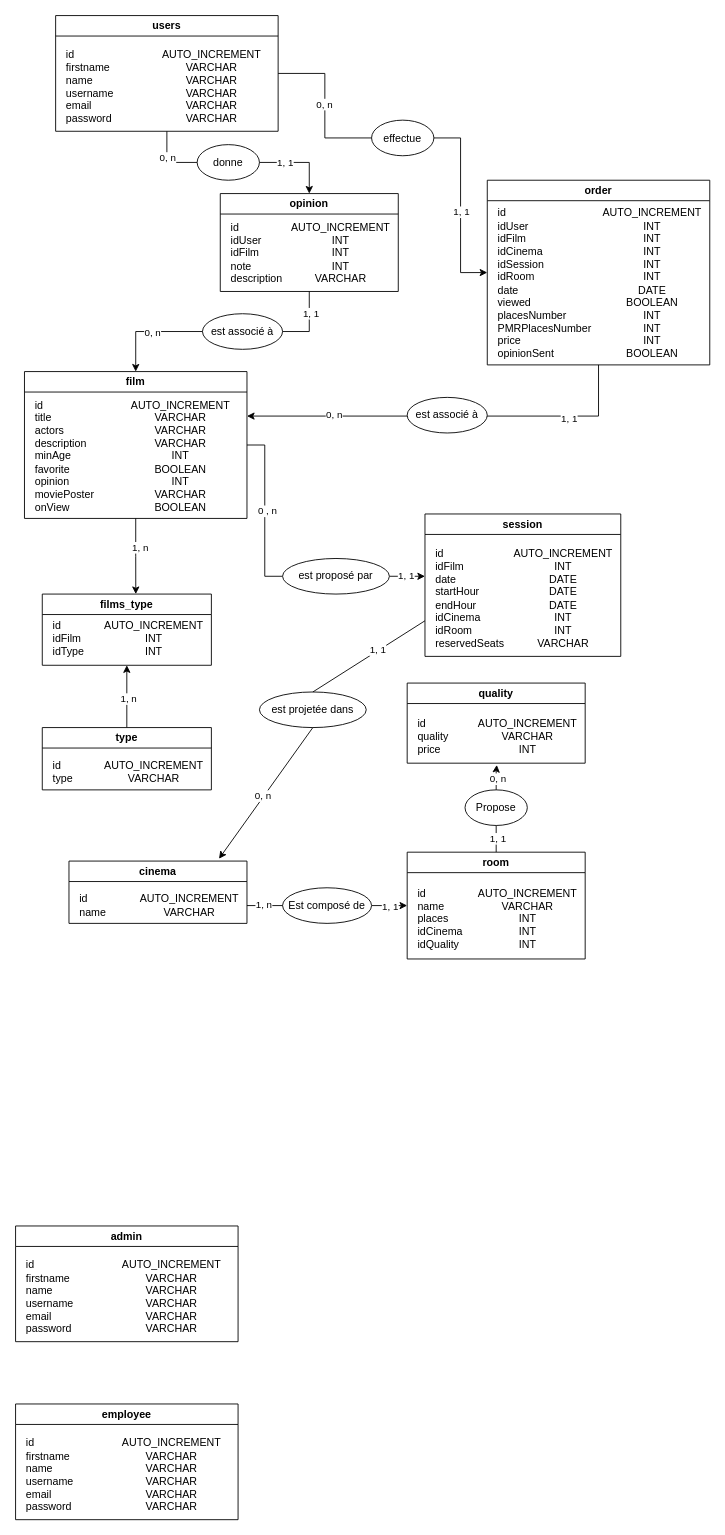
Earlier version of the draw.io diagram charts/MCD.drawio (Thifanie/cinephoria). Source tidied: cells renumbered, new cells numbered last; positions are measured from the earlier drawing's top-left corner, leaving out a move shared by most shapes. Both pictures are drawn from the tidied source at 89%, with x=0, y=0 at pixel (15, 15).
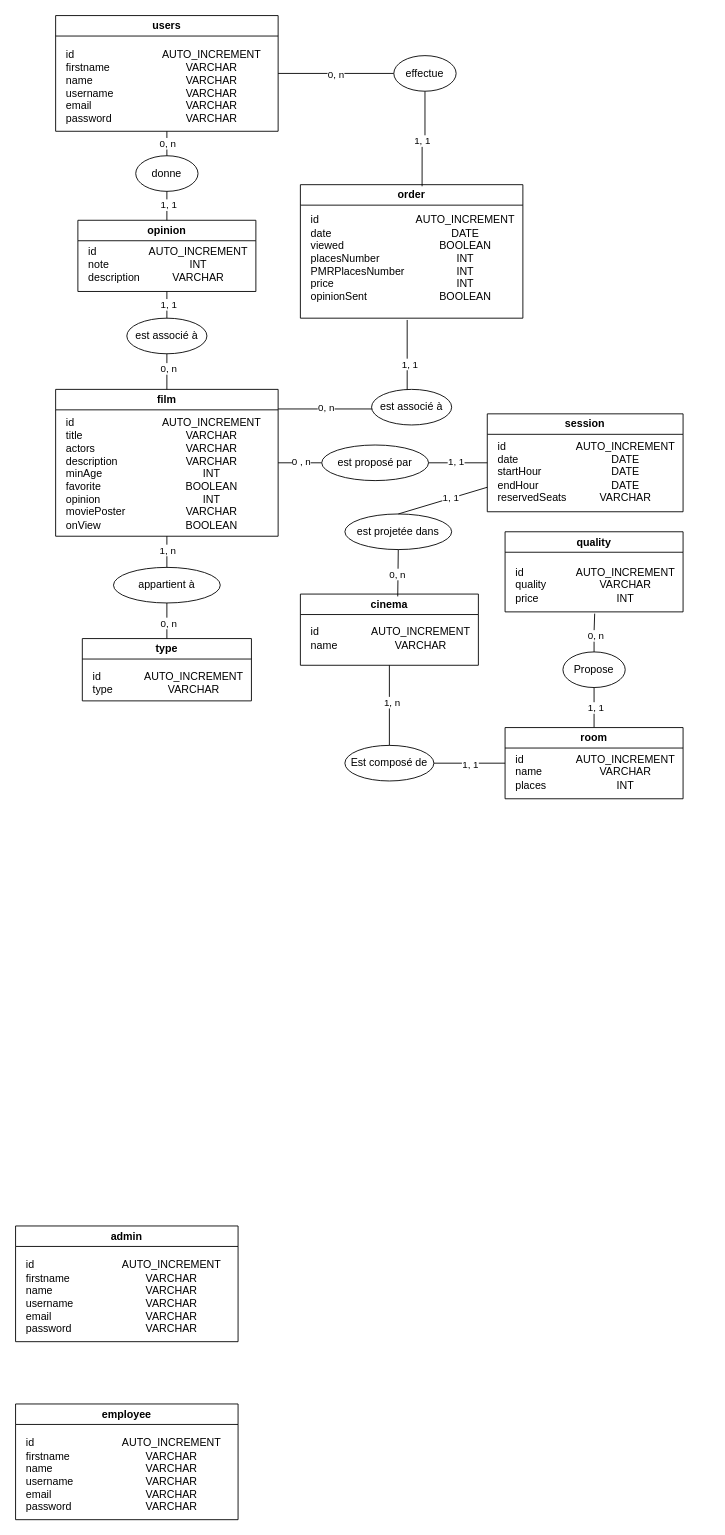
The same diagram, later.

Commit message:
Mettre à jour MCD.drawio

The change refers to these unchanged cells:
```xml
<mxCell id="19" value="AUTO_INCREMENT&lt;div&gt;VARCHAR&lt;/div&gt;&lt;div&gt;INT&lt;/div&gt;" style="text;html=1;align=center;verticalAlign=middle;points=[];strokeColor=none;fillColor=none;" parent="18" vertex="1">
  <mxGeometry x="70" y="30" width="130" height="60" as="geometry" />
</mxCell>
<mxCell id="22" value="AUTO_INCREMENT&lt;div&gt;VARCHAR&lt;/div&gt;" style="text;html=1;align=center;verticalAlign=middle;points=[];strokeColor=none;fillColor=none;" parent="21" vertex="1">
  <mxGeometry x="70" y="30" width="130" height="40" as="geometry" />
</mxCell>
<mxCell id="62" value="users" style="swimlane;whiteSpace=wrap;html=1;fillColor=#FFFFFF;gradientColor=none;swimlaneLine=1;rounded=0;shadow=0;glass=0;startSize=23;" parent="1" vertex="1">
  <mxGeometry x="45" width="250" height="130" as="geometry" />
</mxCell>
```

Change to the diagram source:
```diff
@@
     <mxCell id="4" value="film" style="swimlane;whiteSpace=wrap;html=1;fillColor=#FFFFFF;gradientColor=none;swimlaneLine=1;rounded=0;shadow=0;glass=0;startSize=23;" parent="1" vertex="1">
-      <mxGeometry x="10" y="400" width="250" height="165" as="geometry" />
+      <mxGeometry x="45" y="420" width="250" height="165" as="geometry" />
     </mxCell>
@@
     <mxCell id="7" value="session" style="swimlane;whiteSpace=wrap;html=1;fillColor=#FFFFFF;gradientColor=none;swimlaneLine=1;rounded=0;shadow=0;glass=0;" parent="1" vertex="1">
-      <mxGeometry x="460" y="560" width="220" height="160" as="geometry" />
+      <mxGeometry x="530" y="447.5" width="220" height="110" as="geometry" />
     </mxCell>
-    <mxCell id="8" value="AUTO_INCREMENT&lt;div&gt;INT&lt;/div&gt;&lt;div&gt;DATE&lt;/div&gt;&lt;div&gt;DATE&lt;/div&gt;&lt;div&gt;DATE&lt;/div&gt;&lt;div&gt;INT&lt;/div&gt;&lt;div&gt;INT&lt;/div&gt;&lt;div&gt;VARCHAR&lt;/div&gt;" style="text;html=1;align=center;verticalAlign=middle;strokeColor=none;fillColor=none;" parent="7" vertex="1">
-      <mxGeometry x="90" y="30" width="130" height="130" as="geometry" />
+    <mxCell id="8" value="AUTO_INCREMENT&lt;div&gt;&lt;span style=&quot;background-color: transparent; color: light-dark(rgb(0, 0, 0), rgb(255, 255, 255));&quot;&gt;DATE&lt;/span&gt;&lt;div&gt;DATE&lt;/div&gt;&lt;div&gt;DATE&lt;/div&gt;&lt;div&gt;VARCHAR&lt;/div&gt;&lt;/div&gt;" style="text;html=1;align=center;verticalAlign=middle;strokeColor=none;fillColor=none;" parent="7" vertex="1">
+      <mxGeometry x="90" y="20" width="130" height="90" as="geometry" />
     </mxCell>
-    <mxCell id="9" value="id&lt;div&gt;idFilm&lt;br&gt;&lt;div&gt;date&lt;/div&gt;&lt;/div&gt;&lt;div style=&quot;&quot;&gt;startHour&lt;/div&gt;&lt;div&gt;endHour&lt;/div&gt;&lt;div&gt;idCinema&lt;/div&gt;&lt;div&gt;idRoom&lt;/div&gt;&lt;div&gt;reservedSeats&lt;/div&gt;" style="text;html=1;align=left;verticalAlign=middle;strokeColor=none;fillColor=none;" parent="7" vertex="1">
-      <mxGeometry x="10" y="30" width="100" height="130" as="geometry" />
+    <mxCell id="9" value="id&lt;div&gt;&lt;div&gt;date&lt;/div&gt;&lt;/div&gt;&lt;div style=&quot;&quot;&gt;startHour&lt;/div&gt;&lt;div&gt;endHour&lt;/div&gt;&lt;div&gt;reservedSeats&lt;/div&gt;" style="text;html=1;align=left;verticalAlign=middle;strokeColor=none;fillColor=none;" parent="7" vertex="1">
+      <mxGeometry x="10" y="20" width="100" height="90" as="geometry" />
     </mxCell>
-    <mxCell id="10" style="edgeStyle=orthogonalEdgeStyle;rounded=0;jettySize=auto;html=1;exitX=1;exitY=0.5;exitDx=0;exitDy=0;endArrow=classic;endFill=1;" parent="1" edge="1" source="12">
-      <mxGeometry relative="1" as="geometry">
-        <mxPoint x="460" y="630" as="targetPoint" />
-      </mxGeometry>
+    <mxCell id="10" style="edgeStyle=orthogonalEdgeStyle;rounded=0;jettySize=auto;html=1;exitX=1;exitY=0.5;exitDx=0;exitDy=0;endArrow=none;endFill=1;startFill=0;entryX=0;entryY=0.5;entryDx=0;entryDy=0;" parent="1" edge="1" source="12" target="7">
+      <mxGeometry relative="1" as="geometry" />
     </mxCell>
@@
     <mxCell id="12" value="est proposé par" style="ellipse;whiteSpace=wrap;html=1;" parent="1" vertex="1">
-      <mxGeometry x="300" y="610" width="120" height="40" as="geometry" />
+      <mxGeometry x="344" y="482.5" width="120" height="40" as="geometry" />
     </mxCell>
@@
     <mxCell id="15" value="room" style="swimlane;whiteSpace=wrap;html=1;fillColor=#FFFFFF;gradientColor=none;swimlaneLine=1;rounded=0;shadow=0;glass=0;" parent="1" vertex="1">
-      <mxGeometry x="440" y="940" width="200" height="120" as="geometry" />
+      <mxGeometry x="550" y="800" width="200" height="80" as="geometry" />
     </mxCell>
-    <mxCell id="16" value="AUTO_INCREMENT&lt;div&gt;VARCHAR&lt;/div&gt;&lt;div&gt;INT&lt;/div&gt;&lt;div&gt;&lt;span style=&quot;background-color: transparent; color: light-dark(rgb(0, 0, 0), rgb(255, 255, 255));&quot;&gt;INT&lt;/span&gt;&lt;/div&gt;&lt;div&gt;INT&lt;/div&gt;" style="text;html=1;align=center;verticalAlign=middle;strokeColor=none;fillColor=none;" parent="15" vertex="1">
-      <mxGeometry x="70" y="30" width="130" height="90" as="geometry" />
+    <mxCell id="16" value="AUTO_INCREMENT&lt;div&gt;VARCHAR&lt;/div&gt;&lt;div&gt;INT&lt;/div&gt;" style="text;html=1;align=center;verticalAlign=middle;strokeColor=none;fillColor=none;" parent="15" vertex="1">
+      <mxGeometry x="70" y="20" width="130" height="60" as="geometry" />
     </mxCell>
-    <mxCell id="17" value="id&lt;div&gt;name&lt;br&gt;&lt;div&gt;places&lt;/div&gt;&lt;/div&gt;&lt;div&gt;idCinema&lt;/div&gt;&lt;div&gt;idQuality&lt;/div&gt;" style="text;html=1;align=left;verticalAlign=middle;strokeColor=none;fillColor=none;" parent="15" vertex="1">
-      <mxGeometry x="10" y="30" width="70" height="90" as="geometry" />
+    <mxCell id="17" value="id&lt;div&gt;name&lt;br&gt;&lt;div&gt;places&lt;/div&gt;&lt;/div&gt;" style="text;html=1;align=left;verticalAlign=middle;strokeColor=none;fillColor=none;" parent="15" vertex="1">
+      <mxGeometry x="10" y="20" width="60" height="60" as="geometry" />
     </mxCell>
     <mxCell id="18" value="quality" style="swimlane;whiteSpace=wrap;html=1;fillColor=#FFFFFF;gradientColor=none;swimlaneLine=1;rounded=0;shadow=0;glass=0;" parent="1" vertex="1">
-      <mxGeometry x="440" y="750" width="200" height="90" as="geometry" />
+      <mxGeometry x="550" y="580" width="200" height="90" as="geometry" />
     </mxCell>
@@
     <mxCell id="21" value="cinema" style="swimlane;whiteSpace=wrap;html=1;fillColor=#FFFFFF;gradientColor=none;swimlaneLine=1;rounded=0;shadow=0;glass=0;" parent="1" vertex="1">
-      <mxGeometry x="60" y="950" width="200" height="70" as="geometry" />
+      <mxGeometry x="320" y="650" width="200" height="80" as="geometry" />
     </mxCell>
@@
-    <mxCell id="24" style="edgeStyle=orthogonalEdgeStyle;rounded=0;jettySize=auto;html=1;exitX=1;exitY=0.5;exitDx=0;exitDy=0;entryX=0;entryY=0.5;entryDx=0;entryDy=0;endArrow=classic;endFill=1;" parent="1" edge="1" source="26" target="15">
+    <mxCell id="24" style="edgeStyle=orthogonalEdgeStyle;rounded=0;jettySize=auto;html=1;exitX=1;exitY=0.5;exitDx=0;exitDy=0;entryX=0;entryY=0.5;entryDx=0;entryDy=0;endArrow=none;endFill=1;startFill=0;" parent="1" edge="1" source="26" target="15">
       <mxGeometry relative="1" as="geometry" />
     </mxCell>
@@
     <mxCell id="26" value="Est composé de" style="ellipse;whiteSpace=wrap;html=1;" parent="1" vertex="1">
-      <mxGeometry x="300" y="980" width="100" height="40" as="geometry" />
+      <mxGeometry x="370" y="820" width="100" height="40" as="geometry" />
     </mxCell>
-    <mxCell id="27" style="edgeStyle=orthogonalEdgeStyle;rounded=0;jettySize=auto;html=1;endArrow=none;endFill=0;" parent="1" edge="1" source="22" target="26">
+    <mxCell id="27" style="edgeStyle=orthogonalEdgeStyle;rounded=0;jettySize=auto;html=1;endArrow=none;endFill=0;exitX=0.5;exitY=1;exitDx=0;exitDy=0;" parent="1" edge="1" source="21" target="26">
       <mxGeometry relative="1" as="geometry" />
     </mxCell>
@@
     <mxCell id="29" value="Propose" style="ellipse;whiteSpace=wrap;html=1;" parent="1" vertex="1">
-      <mxGeometry x="505" y="870" width="70" height="40" as="geometry" />
+      <mxGeometry x="615" y="715" width="70" height="40" as="geometry" />
     </mxCell>
-    <mxCell id="30" style="edgeStyle=orthogonalEdgeStyle;rounded=0;jettySize=auto;html=1;entryX=0.236;entryY=1.033;entryDx=0;entryDy=0;entryPerimeter=0;endArrow=classic;endFill=1;" parent="1" edge="1" source="29" target="19">
+    <mxCell id="30" style="edgeStyle=orthogonalEdgeStyle;rounded=0;jettySize=auto;html=1;entryX=0.236;entryY=1.033;entryDx=0;entryDy=0;entryPerimeter=0;endArrow=none;endFill=1;startFill=0;" parent="1" edge="1" source="29" target="19">
       <mxGeometry relative="1" as="geometry" />
     </mxCell>
@@
     <mxCell id="32" value="est projetée dans" style="ellipse;whiteSpace=wrap;html=1;" parent="1" vertex="1">
-      <mxGeometry x="274" y="760" width="120" height="40" as="geometry" />
+      <mxGeometry x="370" y="560" width="120" height="40" as="geometry" />
     </mxCell>
-    <mxCell id="33" style="edgeStyle=orthogonalEdgeStyle;rounded=0;jettySize=auto;html=1;" parent="1" edge="1" source="35" target="52">
-      <mxGeometry relative="1" as="geometry" />
-    </mxCell>
-    <mxCell id="34" value="1, n" style="edgeLabel;html=1;align=center;verticalAlign=middle;" parent="33" vertex="1">
-      <mxGeometry x="-0.06" y="-1" relative="1" as="geometry" />
-    </mxCell>
     <mxCell id="35" value="type" style="swimlane;whiteSpace=wrap;html=1;fillColor=#FFFFFF;gradientColor=none;swimlaneLine=1;rounded=0;shadow=0;glass=0;" parent="1" vertex="1">
-      <mxGeometry x="30" y="800" width="190" height="70" as="geometry" />
+      <mxGeometry x="75" y="700" width="190" height="70" as="geometry" />
     </mxCell>
@@
-    <mxCell id="40" style="endArrow=classic;html=1;rounded=0;exitX=0.5;exitY=1;exitDx=0;exitDy=0;entryX=0.843;entryY=-0.038;entryDx=0;entryDy=0;endFill=1;entryPerimeter=0;" parent="1" edge="1" source="32" target="21">
+    <mxCell id="40" style="endArrow=none;html=1;rounded=0;exitX=0.5;exitY=1;exitDx=0;exitDy=0;entryX=0.547;entryY=0.033;entryDx=0;entryDy=0;endFill=1;entryPerimeter=0;startFill=0;" parent="1" edge="1" source="32" target="21">
       <mxGeometry relative="1" as="geometry" />
     </mxCell>
@@
     <mxCell id="48" style="group;" parent="1" vertex="1">
-      <mxGeometry x="230" y="200" width="200" height="112" as="geometry" />
+      <mxGeometry x="70" y="230" width="200" height="112" as="geometry" />
     </mxCell>
     <mxCell id="49" value="opinion" style="swimlane;whiteSpace=wrap;html=1;fillColor=#FFFFFF;gradientColor=none;swimlaneLine=1;rounded=0;shadow=0;glass=0;startSize=23;" parent="48" vertex="1">
-      <mxGeometry width="200" height="110" as="geometry" />
+      <mxGeometry width="200" height="80" as="geometry" />
     </mxCell>
+    <mxCell id="51" value="AUTO_INCREMENT&lt;div&gt;INT&lt;/div&gt;&lt;div&gt;VARCHAR&lt;/div&gt;" style="text;html=1;align=center;verticalAlign=middle;strokeColor=none;fillColor=none;" parent="49" vertex="1">
+      <mxGeometry x="70" y="20" width="130" height="60" as="geometry" />
+    </mxCell>
-    <mxCell id="50" value="id&lt;div&gt;idUser&lt;br&gt;&lt;div&gt;idFilm&lt;/div&gt;&lt;/div&gt;&lt;div&gt;note&lt;/div&gt;&lt;div&gt;description&lt;/div&gt;" style="text;html=1;align=left;verticalAlign=middle;strokeColor=none;fillColor=none;" parent="49" vertex="1">
-      <mxGeometry x="10" y="22" width="80" height="90" as="geometry" />
+    <mxCell id="50" value="id&lt;div&gt;note&lt;/div&gt;&lt;div&gt;description&lt;/div&gt;" style="text;html=1;align=left;verticalAlign=middle;strokeColor=none;fillColor=none;" parent="49" vertex="1">
+      <mxGeometry x="10" y="20" width="80" height="60" as="geometry" />
     </mxCell>
-    <mxCell id="51" value="AUTO_INCREMENT&lt;div&gt;INT&lt;/div&gt;&lt;div&gt;INT&lt;/div&gt;&lt;div&gt;INT&lt;/div&gt;&lt;div&gt;VARCHAR&lt;/div&gt;" style="text;html=1;align=center;verticalAlign=middle;strokeColor=none;fillColor=none;" parent="48" vertex="1">
-      <mxGeometry x="70" y="22" width="130" height="90" as="geometry" />
-    </mxCell>
-    <mxCell id="52" value="films_type" style="swimlane;whiteSpace=wrap;html=1;fillColor=#FFFFFF;gradientColor=none;swimlaneLine=1;rounded=0;shadow=0;glass=0;" parent="1" vertex="1">
-      <mxGeometry x="30" y="650" width="190" height="80" as="geometry" />
-    </mxCell>
-    <mxCell id="53" value="AUTO_INCREMENT&lt;div&gt;INT&lt;/div&gt;&lt;div&gt;INT&lt;/div&gt;" style="text;html=1;align=center;verticalAlign=middle;strokeColor=none;fillColor=none;" parent="52" vertex="1">
-      <mxGeometry x="60" y="20" width="130" height="60" as="geometry" />
-    </mxCell>
-    <mxCell id="54" value="id&lt;div&gt;idFilm&lt;/div&gt;&lt;div&gt;idType&lt;/div&gt;" style="text;html=1;align=left;verticalAlign=middle;strokeColor=none;fillColor=none;" parent="52" vertex="1">
-      <mxGeometry x="10" y="20" width="60" height="60" as="geometry" />
-    </mxCell>
-    <mxCell id="55" style="edgeStyle=orthogonalEdgeStyle;rounded=0;jettySize=auto;html=1;entryX=0.553;entryY=0;entryDx=0;entryDy=0;entryPerimeter=0;" parent="1" edge="1" source="4" target="52">
+    <mxCell id="55" style="edgeStyle=orthogonalEdgeStyle;rounded=0;jettySize=auto;html=1;entryX=0.5;entryY=0;entryDx=0;entryDy=0;endArrow=none;startFill=0;" parent="1" edge="1" source="4" target="35">
       <mxGeometry relative="1" as="geometry" />
     </mxCell>
     <mxCell id="56" value="1, n" style="edgeLabel;html=1;align=center;verticalAlign=middle;" parent="55" vertex="1">
-      <mxGeometry x="-0.25" y="4" relative="1" as="geometry" />
+      <mxGeometry x="-0.25" y="4" relative="1" as="geometry">
+        <mxPoint x="-4" y="-28" as="offset" />
+      </mxGeometry>
     </mxCell>
+    <mxCell id="80" value="0, n" style="edgeLabel;html=1;align=center;verticalAlign=middle;" parent="55" vertex="1">
+      <mxGeometry x="0.68" y="1" relative="1" as="geometry" />
+    </mxCell>
@@
-    <mxCell id="59" style="edgeStyle=orthogonalEdgeStyle;rounded=0;jettySize=auto;html=1;" parent="1" edge="1" source="62" target="49">
+    <mxCell id="59" style="edgeStyle=orthogonalEdgeStyle;rounded=0;jettySize=auto;html=1;endArrow=none;startFill=0;" parent="1" edge="1" source="62" target="49">
       <mxGeometry relative="1" as="geometry" />
     </mxCell>
@@
     <mxCell id="61" value="1, 1" style="edgeLabel;html=1;align=center;verticalAlign=middle;" parent="59" vertex="1">
-      <mxGeometry x="0.45" y="1" relative="1" as="geometry" />
+      <mxGeometry x="0.45" y="1" relative="1" as="geometry">
+        <mxPoint y="9" as="offset" />
+      </mxGeometry>
     </mxCell>
@@
-    <mxCell id="65" style="edgeStyle=orthogonalEdgeStyle;rounded=0;jettySize=auto;html=1;" parent="1" edge="1" source="68" target="4">
+    <mxCell id="65" style="edgeStyle=orthogonalEdgeStyle;rounded=0;orthogonalLoop=1;jettySize=auto;html=1;endArrow=none;startFill=0;exitX=0.5;exitY=1;exitDx=0;exitDy=0;entryX=1.02;entryY=0.121;entryDx=0;entryDy=0;entryPerimeter=0;" parent="1" edge="1">
       <mxGeometry relative="1" as="geometry">
+        <mxPoint x="440" y="342" as="sourcePoint" />
+        <mxPoint x="295" y="442" as="targetPoint" />
         <Array as="points">
-          <mxPoint x="655" y="450" />
+          <mxPoint x="440" y="442" />
         </Array>
       </mxGeometry>
     </mxCell>
@@
     <mxCell id="68" value="order" style="swimlane;whiteSpace=wrap;html=1;fillColor=#FFFFFF;gradientColor=none;swimlaneLine=1;rounded=0;shadow=0;glass=0;" parent="1" vertex="1">
-      <mxGeometry x="530" y="185" width="250" height="207.5" as="geometry" />
+      <mxGeometry x="320" y="190" width="250" height="150" as="geometry" />
     </mxCell>
-    <mxCell id="69" value="AUTO_INCREMENT&lt;div&gt;INT&lt;/div&gt;&lt;div&gt;INT&lt;/div&gt;&lt;div&gt;INT&lt;/div&gt;&lt;div&gt;INT&lt;/div&gt;&lt;div&gt;INT&lt;/div&gt;&lt;div&gt;DATE&lt;/div&gt;&lt;div&gt;BOOLEAN&lt;/div&gt;&lt;div&gt;INT&lt;/div&gt;&lt;div&gt;INT&lt;/div&gt;&lt;div&gt;INT&lt;/div&gt;&lt;div&gt;BOOLEAN&lt;/div&gt;" style="text;html=1;align=center;verticalAlign=middle;strokeColor=none;fillColor=none;" parent="68" vertex="1">
-      <mxGeometry x="120" y="20.5" width="130" height="190" as="geometry" />
+    <mxCell id="69" value="AUTO_INCREMENT&lt;div&gt;DATE&lt;/div&gt;&lt;div&gt;BOOLEAN&lt;/div&gt;&lt;div&gt;INT&lt;/div&gt;&lt;div&gt;INT&lt;/div&gt;&lt;div&gt;INT&lt;/div&gt;&lt;div&gt;BOOLEAN&lt;/div&gt;" style="text;html=1;align=center;verticalAlign=middle;strokeColor=none;fillColor=none;" parent="68" vertex="1">
+      <mxGeometry x="120" y="28" width="130" height="110" as="geometry" />
     </mxCell>
-    <mxCell id="70" value="id&lt;div&gt;idUser&lt;br&gt;&lt;div&gt;idFilm&lt;/div&gt;&lt;div&gt;idCinema&lt;br&gt;&lt;div&gt;idSession&lt;/div&gt;&lt;/div&gt;&lt;div&gt;idRoom&lt;/div&gt;&lt;div&gt;date&lt;/div&gt;&lt;div&gt;viewed&lt;/div&gt;&lt;div&gt;placesNumber&lt;/div&gt;&lt;div&gt;PMRPlacesNumber&lt;/div&gt;&lt;div&gt;price&lt;/div&gt;&lt;/div&gt;&lt;div&gt;opinionSent&lt;/div&gt;" style="text;html=1;align=left;verticalAlign=middle;strokeColor=none;fillColor=none;" parent="68" vertex="1">
-      <mxGeometry x="10" y="20.5" width="130" height="190" as="geometry" />
+    <mxCell id="70" value="id&lt;div&gt;&lt;div&gt;date&lt;/div&gt;&lt;div&gt;viewed&lt;/div&gt;&lt;div&gt;placesNumber&lt;/div&gt;&lt;div&gt;PMRPlacesNumber&lt;/div&gt;&lt;div&gt;price&lt;/div&gt;&lt;/div&gt;&lt;div&gt;opinionSent&lt;/div&gt;" style="text;html=1;align=left;verticalAlign=middle;strokeColor=none;fillColor=none;" parent="68" vertex="1">
+      <mxGeometry x="10" y="28" width="130" height="110" as="geometry" />
     </mxCell>
-    <mxCell id="71" style="edgeStyle=orthogonalEdgeStyle;rounded=0;jettySize=auto;html=1;entryX=0;entryY=0.5;entryDx=0;entryDy=0;endArrow=classic;endFill=1;" parent="1" edge="1" source="73" target="68">
+    <mxCell id="71" style="edgeStyle=orthogonalEdgeStyle;rounded=0;jettySize=auto;html=1;entryX=0.547;entryY=0.012;entryDx=0;entryDy=0;endArrow=none;endFill=1;startFill=0;entryPerimeter=0;" parent="1" edge="1" source="73" target="68">
       <mxGeometry relative="1" as="geometry" />
     </mxCell>
@@
     <mxCell id="73" value="effectue" style="ellipse;whiteSpace=wrap;html=1;" parent="1" vertex="1">
-      <mxGeometry x="400" y="117.5" width="70" height="40" as="geometry" />
+      <mxGeometry x="425" y="45" width="70" height="40" as="geometry" />
     </mxCell>
     <mxCell id="74" value="donne" style="ellipse;whiteSpace=wrap;html=1;" parent="1" vertex="1">
-      <mxGeometry x="204" y="145" width="70" height="40" as="geometry" />
+      <mxGeometry x="135" y="157.5" width="70" height="40" as="geometry" />
     </mxCell>
-    <mxCell id="75" style="edgeStyle=orthogonalEdgeStyle;rounded=0;jettySize=auto;html=1;" parent="1" edge="1" source="49" target="4">
+    <mxCell id="75" style="edgeStyle=orthogonalEdgeStyle;rounded=0;jettySize=auto;html=1;endArrow=none;startFill=0;" parent="1" edge="1" source="49" target="4">
       <mxGeometry relative="1" as="geometry" />
     </mxCell>
     <mxCell id="76" value="1, 1" style="edgeLabel;html=1;align=center;verticalAlign=middle;" parent="75" vertex="1">
-      <mxGeometry x="-0.83" y="1" relative="1" as="geometry" />
+      <mxGeometry x="-0.83" y="1" relative="1" as="geometry">
+        <mxPoint y="5" as="offset" />
+      </mxGeometry>
     </mxCell>
@@
     <mxCell id="78" value="est associé à" style="ellipse;whiteSpace=wrap;html=1;" parent="1" vertex="1">
-      <mxGeometry x="210" y="335" width="90" height="40" as="geometry" />
+      <mxGeometry x="125" y="340" width="90" height="40" as="geometry" />
     </mxCell>
     <mxCell id="79" value="est associé à" style="ellipse;whiteSpace=wrap;html=1;" parent="1" vertex="1">
-      <mxGeometry x="440" y="429" width="90" height="40" as="geometry" />
+      <mxGeometry x="400" y="420" width="90" height="40" as="geometry" />
     </mxCell>
+    <mxCell id="81" value="appartient à" style="ellipse;whiteSpace=wrap;html=1;" parent="1" vertex="1">
+      <mxGeometry x="110" y="620" width="120" height="40" as="geometry" />
+    </mxCell>
```
